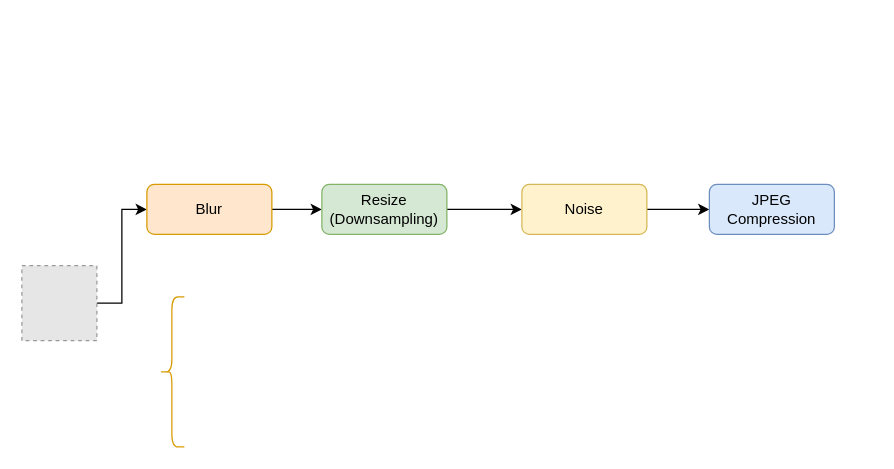
Earlier version of the draw.io diagram second-order-degradation.drawio (zhaoyangkun/draw.io). Source tidied: cells renumbered, new cells numbered last; positions are measured from the earlier drawing's top-left corner, leaving out a move shared by most shapes. Both pictures are drawn from the tidied source at 125%, with x=0, y=0 at pixel (21, 184). Pictures stored in the file or linked from it are replaced by grey dashed boxes.
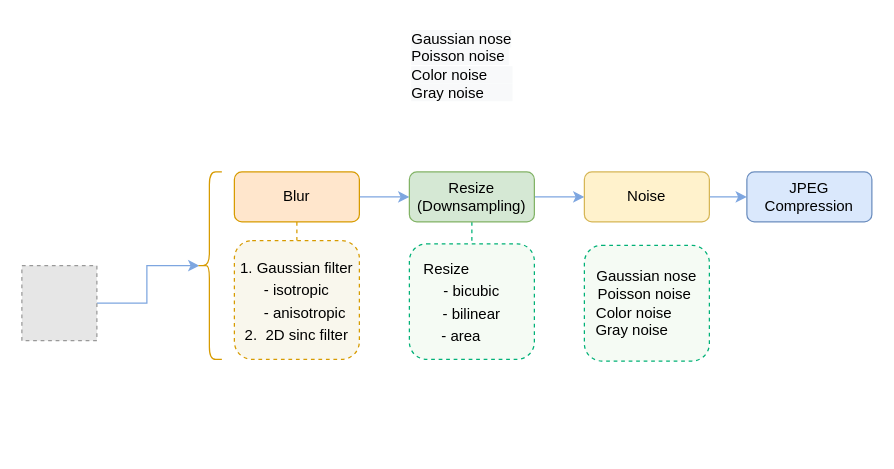
After the change.

What changed in the source:
```diff
@@
 <mxGraphModel>
   <root>
     <mxCell id="0" />
     <mxCell id="1" parent="0" />
-    <mxCell id="2" style="edgeStyle=orthogonalEdgeStyle;rounded=0;jettySize=auto;html=1;entryX=0;entryY=0.5;entryDx=0;entryDy=0;fontFamily=Helvetica;fontSize=12;fontColor=default;" parent="1" edge="1" source="3" target="5">
-      <mxGeometry relative="1" as="geometry" />
-    </mxCell>
+    <mxCell id="12" style="edgeStyle=orthogonalEdgeStyle;rounded=0;jettySize=auto;html=1;entryX=0.1;entryY=0.5;entryDx=0;entryDy=0;entryPerimeter=0;fontFamily=Helvetica;fontSize=12;fontColor=default;endArrow=classic;endFill=1;strokeColor=#7EA6E0;" parent="1" edge="1" source="3" target="11">
+      <mxGeometry relative="1" as="geometry" />
+    </mxCell>
     <mxCell id="3" style="fillColor=#E6E6E6;strokeColor=#999999;dashed=1;verticalLabelPosition=bottom;labelBackgroundColor=default;verticalAlign=top;" parent="1" vertex="1">
       <mxGeometry y="65" width="60" height="60" as="geometry" />
     </mxCell>
-    <mxCell id="4" style="edgeStyle=orthogonalEdgeStyle;rounded=0;jettySize=auto;html=1;fontFamily=Helvetica;fontSize=12;fontColor=default;" parent="1" edge="1" source="5" target="7">
+    <mxCell id="4" style="edgeStyle=orthogonalEdgeStyle;rounded=0;jettySize=auto;html=1;fontFamily=Helvetica;fontSize=12;fontColor=default;strokeColor=#7EA6E0;" parent="1" edge="1" source="5" target="7">
       <mxGeometry relative="1" as="geometry" />
     </mxCell>
+    <mxCell id="13" style="edgeStyle=orthogonalEdgeStyle;rounded=0;jettySize=auto;html=1;exitX=0.5;exitY=1;exitDx=0;exitDy=0;entryX=0.5;entryY=0;entryDx=0;entryDy=0;fontFamily=Helvetica;fontSize=12;fontColor=default;dashed=1;endArrow=none;endFill=0;strokeColor=#D79B00;" parent="1" edge="1" source="5" target="15">
+      <mxGeometry relative="1" as="geometry" />
+    </mxCell>
-    <mxCell id="5" value="Blur" style="rounded=1;whiteSpace=wrap;html=1;fontFamily=Helvetica;fontSize=12;fontColor=default;strokeColor=#d79b00;fillColor=#ffe6cc;" parent="1" vertex="1">
-      <mxGeometry x="100" width="100" height="40" as="geometry" />
+    <mxCell id="5" value="Blur" style="rounded=1;whiteSpace=wrap;html=1;fontFamily=Helvetica;fontSize=12;strokeColor=#d79b00;fillColor=#ffe6cc;" parent="1" vertex="1">
+      <mxGeometry x="170" y="-10" width="100" height="40" as="geometry" />
     </mxCell>
-    <mxCell id="6" style="edgeStyle=orthogonalEdgeStyle;rounded=0;jettySize=auto;html=1;exitX=1;exitY=0.5;exitDx=0;exitDy=0;entryX=0;entryY=0.5;entryDx=0;entryDy=0;fontFamily=Helvetica;fontSize=12;fontColor=default;" parent="1" edge="1" source="7" target="9">
+    <mxCell id="6" style="edgeStyle=orthogonalEdgeStyle;rounded=0;jettySize=auto;html=1;exitX=1;exitY=0.5;exitDx=0;exitDy=0;entryX=0;entryY=0.5;entryDx=0;entryDy=0;fontFamily=Helvetica;fontSize=12;fontColor=default;strokeColor=#7EA6E0;" parent="1" edge="1" source="7" target="9">
       <mxGeometry relative="1" as="geometry" />
     </mxCell>
+    <mxCell id="14" style="edgeStyle=orthogonalEdgeStyle;rounded=0;jettySize=auto;html=1;exitX=0.5;exitY=1;exitDx=0;exitDy=0;entryX=0.5;entryY=0;entryDx=0;entryDy=0;fontFamily=Helvetica;fontSize=12;fontColor=default;endArrow=none;endFill=0;dashed=1;strokeColor=#01B177;" parent="1" edge="1" source="7" target="16">
+      <mxGeometry relative="1" as="geometry" />
+    </mxCell>
     <mxCell id="7" value="Resize&lt;br&gt;(Downsampling)" style="rounded=1;whiteSpace=wrap;html=1;fontFamily=Helvetica;fontSize=12;strokeColor=#82b366;fillColor=#d5e8d4;" parent="1" vertex="1">
-      <mxGeometry x="240" width="100" height="40" as="geometry" />
+      <mxGeometry x="310" y="-10" width="100" height="40" as="geometry" />
     </mxCell>
-    <mxCell id="8" style="edgeStyle=orthogonalEdgeStyle;rounded=0;jettySize=auto;html=1;exitX=1;exitY=0.5;exitDx=0;exitDy=0;fontFamily=Helvetica;fontSize=12;fontColor=default;" parent="1" edge="1" source="9" target="10">
+    <mxCell id="8" style="edgeStyle=orthogonalEdgeStyle;rounded=0;jettySize=auto;html=1;exitX=1;exitY=0.5;exitDx=0;exitDy=0;fontFamily=Helvetica;fontSize=12;fontColor=default;strokeColor=#7EA6E0;" parent="1" edge="1" source="9" target="10">
       <mxGeometry relative="1" as="geometry" />
     </mxCell>
     <mxCell id="9" value="Noise" style="rounded=1;whiteSpace=wrap;html=1;fontFamily=Helvetica;fontSize=12;strokeColor=#d6b656;fillColor=#fff2cc;" parent="1" vertex="1">
-      <mxGeometry x="400" width="100" height="40" as="geometry" />
+      <mxGeometry x="450" y="-10" width="100" height="40" as="geometry" />
     </mxCell>
     <mxCell id="10" value="JPEG&lt;br&gt;Compression" style="rounded=1;whiteSpace=wrap;html=1;fontFamily=Helvetica;fontSize=12;strokeColor=#6c8ebf;fillColor=#dae8fc;" parent="1" vertex="1">
-      <mxGeometry x="550" width="100" height="40" as="geometry" />
+      <mxGeometry x="580" y="-10" width="100" height="40" as="geometry" />
     </mxCell>
     <mxCell id="11" style="shape=curlyBracket;whiteSpace=wrap;html=1;rounded=1;fontFamily=Helvetica;fontSize=12;fontColor=default;strokeColor=#d79b00;fillColor=#ffe6cc;" parent="1" vertex="1">
-      <mxGeometry x="110" y="90" width="20" height="120" as="geometry" />
+      <mxGeometry x="140" y="-10" width="20" height="150" as="geometry" />
     </mxCell>
+    <mxCell id="15" value="&lt;p style=&quot;line-height: 1.5;&quot;&gt;1. Gaussian filter&lt;br&gt;- isotropic&lt;br&gt;&amp;nbsp; &amp;nbsp; - anisotropic&lt;br&gt;2.&amp;nbsp; 2D sinc filter&lt;/p&gt;" style="rounded=1;whiteSpace=wrap;html=1;fillColor=#f9f7ed;strokeColor=#D79B00;dashed=1;" parent="1" vertex="1">
+      <mxGeometry x="170" y="45" width="100" height="95" as="geometry" />
+    </mxCell>
+    <mxCell id="16" value="&lt;p style=&quot;line-height: 1.5;&quot;&gt;Resize&amp;nbsp; &amp;nbsp; &amp;nbsp; &amp;nbsp; &amp;nbsp; &amp;nbsp;&amp;nbsp;&lt;br&gt;- bicubic&lt;br&gt;&amp;nbsp; &amp;nbsp; - bilinear&amp;nbsp; &amp;nbsp;&amp;nbsp;&lt;br&gt;- area&amp;nbsp; &amp;nbsp; &amp;nbsp;&lt;/p&gt;" style="rounded=1;whiteSpace=wrap;html=1;fillColor=#f5fbf4;strokeColor=#01b177;dashed=1;shadow=0;" parent="1" vertex="1">
+      <mxGeometry x="310" y="47.5" width="100" height="92.5" as="geometry" />
+    </mxCell>
+    <mxCell id="17" value="&lt;span style=&quot;&quot;&gt;Gaussian nose&lt;/span&gt;&lt;br style=&quot;&quot;&gt;&lt;span style=&quot;&quot;&gt;Poisson noise&amp;nbsp;&lt;/span&gt;&lt;br style=&quot;&quot;&gt;&lt;span style=&quot;&quot;&gt;Color noise&amp;nbsp; &amp;nbsp; &amp;nbsp;&amp;nbsp;&lt;/span&gt;&lt;br style=&quot;&quot;&gt;&lt;span style=&quot;&quot;&gt;Gray noise&amp;nbsp; &amp;nbsp; &amp;nbsp; &amp;nbsp;&lt;/span&gt;" style="rounded=1;whiteSpace=wrap;html=1;fillColor=#f5fbf4;strokeColor=#01b177;dashed=1;shadow=0;align=center;" parent="1" vertex="1">
+      <mxGeometry x="450" y="48.8" width="100" height="92.5" as="geometry" />
+    </mxCell>
+    <mxCell id="18" value="&lt;span style=&quot;color: rgb(0, 0, 0); font-family: Helvetica; font-size: 12px; font-style: normal; font-variant-ligatures: normal; font-variant-caps: normal; font-weight: 400; letter-spacing: normal; orphans: 2; text-align: center; text-indent: 0px; text-transform: none; widows: 2; word-spacing: 0px; -webkit-text-stroke-width: 0px; background-color: rgb(248, 249, 250); text-decoration-thickness: initial; text-decoration-style: initial; text-decoration-color: initial; float: none; display: inline !important;&quot;&gt;Gaussian nose&lt;/span&gt;&lt;br style=&quot;color: rgb(0, 0, 0); font-family: Helvetica; font-size: 12px; font-style: normal; font-variant-ligatures: normal; font-variant-caps: normal; font-weight: 400; letter-spacing: normal; orphans: 2; text-align: center; text-indent: 0px; text-transform: none; widows: 2; word-spacing: 0px; -webkit-text-stroke-width: 0px; background-color: rgb(248, 249, 250); text-decoration-thickness: initial; text-decoration-style: initial; text-decoration-color: initial;&quot;&gt;&lt;span style=&quot;color: rgb(0, 0, 0); font-family: Helvetica; font-size: 12px; font-style: normal; font-variant-ligatures: normal; font-variant-caps: normal; font-weight: 400; letter-spacing: normal; orphans: 2; text-align: center; text-indent: 0px; text-transform: none; widows: 2; word-spacing: 0px; -webkit-text-stroke-width: 0px; background-color: rgb(248, 249, 250); text-decoration-thickness: initial; text-decoration-style: initial; text-decoration-color: initial; float: none; display: inline !important;&quot;&gt;Poisson noise&amp;nbsp;&lt;/span&gt;&lt;br style=&quot;color: rgb(0, 0, 0); font-family: Helvetica; font-size: 12px; font-style: normal; font-variant-ligatures: normal; font-variant-caps: normal; font-weight: 400; letter-spacing: normal; orphans: 2; text-align: center; text-indent: 0px; text-transform: none; widows: 2; word-spacing: 0px; -webkit-text-stroke-width: 0px; background-color: rgb(248, 249, 250); text-decoration-thickness: initial; text-decoration-style: initial; text-decoration-color: initial;&quot;&gt;&lt;span style=&quot;color: rgb(0, 0, 0); font-family: Helvetica; font-size: 12px; font-style: normal; font-variant-ligatures: normal; font-variant-caps: normal; font-weight: 400; letter-spacing: normal; orphans: 2; text-align: center; text-indent: 0px; text-transform: none; widows: 2; word-spacing: 0px; -webkit-text-stroke-width: 0px; background-color: rgb(248, 249, 250); text-decoration-thickness: initial; text-decoration-style: initial; text-decoration-color: initial; float: none; display: inline !important;&quot;&gt;Color noise&amp;nbsp; &amp;nbsp; &amp;nbsp;&amp;nbsp;&lt;/span&gt;&lt;br style=&quot;color: rgb(0, 0, 0); font-family: Helvetica; font-size: 12px; font-style: normal; font-variant-ligatures: normal; font-variant-caps: normal; font-weight: 400; letter-spacing: normal; orphans: 2; text-align: center; text-indent: 0px; text-transform: none; widows: 2; word-spacing: 0px; -webkit-text-stroke-width: 0px; background-color: rgb(248, 249, 250); text-decoration-thickness: initial; text-decoration-style: initial; text-decoration-color: initial;&quot;&gt;&lt;span style=&quot;color: rgb(0, 0, 0); font-family: Helvetica; font-size: 12px; font-style: normal; font-variant-ligatures: normal; font-variant-caps: normal; font-weight: 400; letter-spacing: normal; orphans: 2; text-align: center; text-indent: 0px; text-transform: none; widows: 2; word-spacing: 0px; -webkit-text-stroke-width: 0px; background-color: rgb(248, 249, 250); text-decoration-thickness: initial; text-decoration-style: initial; text-decoration-color: initial; float: none; display: inline !important;&quot;&gt;Gray noise&amp;nbsp; &amp;nbsp; &amp;nbsp; &amp;nbsp;&lt;/span&gt;" style="text;whiteSpace=wrap;html=1;fontSize=11;fontFamily=Helvetica;fontColor=default;" parent="1" vertex="1">
+      <mxGeometry x="310" y="-130" width="110" height="80" as="geometry" />
+    </mxCell>
   </root>
 </mxGraphModel>
```
